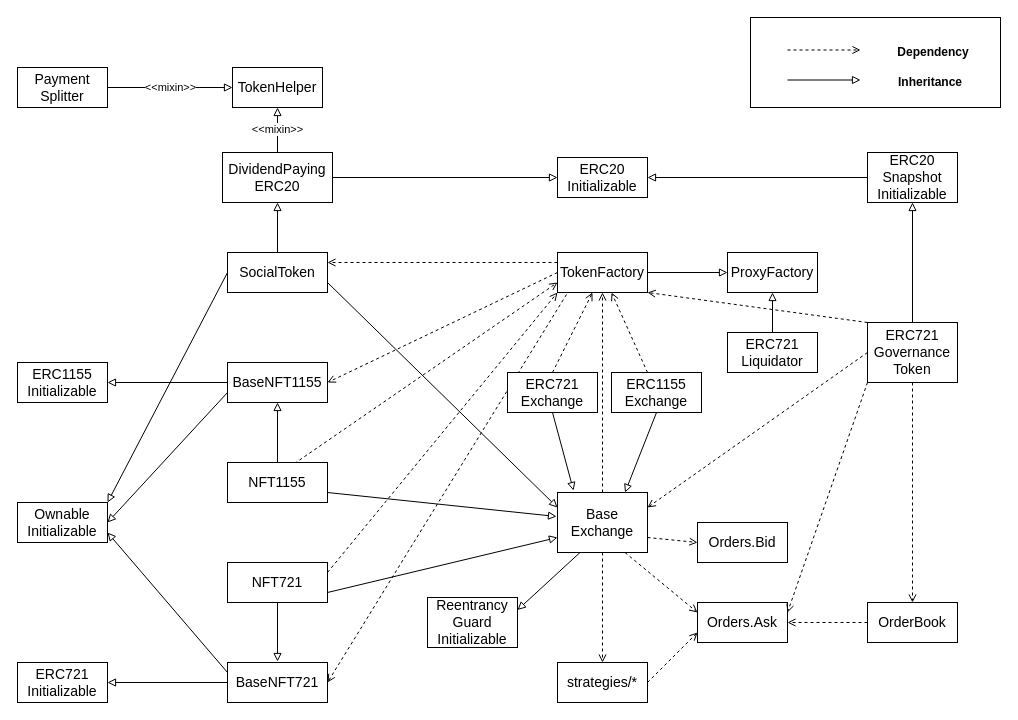
Earlier version of the draw.io diagram docs/ClassDiagram.drawio (sushiswap/shoyu). Source tidied: cells renumbered, new cells numbered last; positions are measured from the earlier drawing's top-left corner, leaving out a move shared by most shapes. Both pictures are drawn from the tidied source at 100%, with x=0, y=0 at pixel (17, 17).
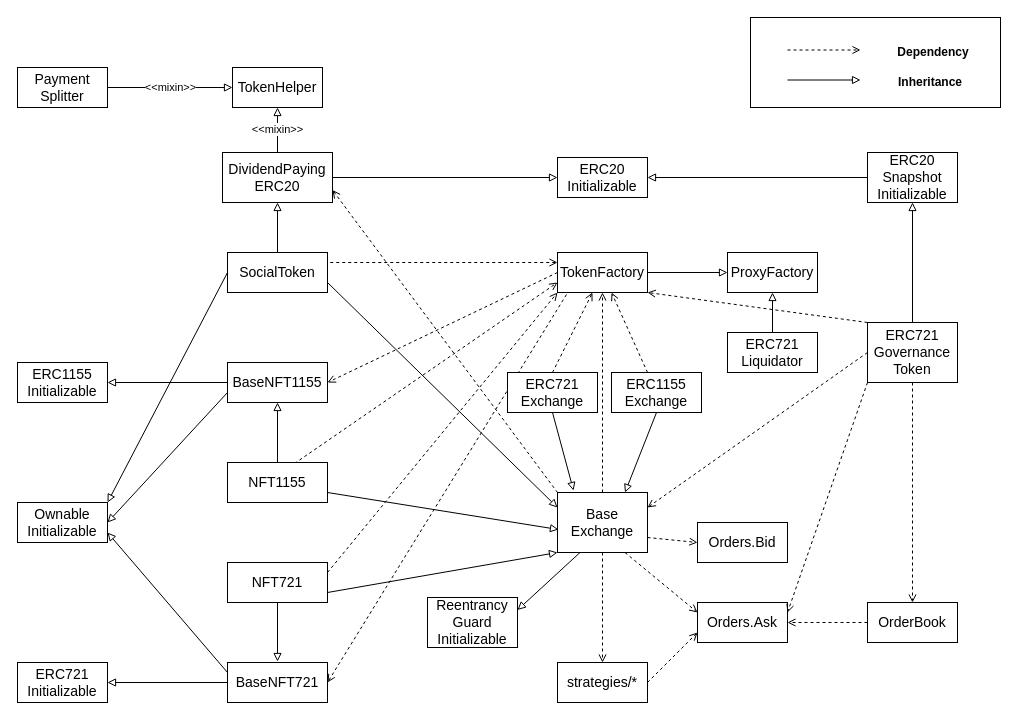
After the change.

The change refers to these unchanged cells:
```xml
<mxCell id="5" value="&lt;font style=&quot;font-size: 14px&quot;&gt;DividendPaying&lt;br&gt;ERC20&lt;/font&gt;" style="rounded=0;whiteSpace=wrap;html=1;" parent="1" vertex="1">
  <mxGeometry x="205" y="135" width="110" height="50" as="geometry" />
</mxCell>
<mxCell id="22" value="&lt;span style=&quot;font-size: 14px&quot;&gt;TokenFactory&lt;/span&gt;" style="rounded=0;whiteSpace=wrap;html=1;" parent="1" vertex="1">
  <mxGeometry x="540" y="235" width="90" height="40" as="geometry" />
</mxCell>
<mxCell id="31" value="&lt;span style=&quot;font-size: 14px&quot;&gt;NFT1155&lt;/span&gt;" style="rounded=0;whiteSpace=wrap;html=1;" parent="1" vertex="1">
  <mxGeometry x="210" y="445" width="100" height="40" as="geometry" />
</mxCell>
<mxCell id="35" value="&lt;span style=&quot;font-size: 14px&quot;&gt;SocialToken&lt;/span&gt;" style="rounded=0;whiteSpace=wrap;html=1;" parent="1" vertex="1">
  <mxGeometry x="210" y="235" width="100" height="40" as="geometry" />
</mxCell>
<mxCell id="44" value="&lt;span style=&quot;font-size: 14px&quot;&gt;NFT721&lt;/span&gt;" style="rounded=0;whiteSpace=wrap;html=1;" parent="1" vertex="1">
  <mxGeometry x="210" y="545" width="100" height="40" as="geometry" />
</mxCell>
<mxCell id="63" value="&lt;span style=&quot;font-size: 14px&quot;&gt;Base&lt;br&gt;Exchange&lt;/span&gt;" style="rounded=0;whiteSpace=wrap;html=1;" parent="1" vertex="1">
  <mxGeometry x="540" y="475" width="90" height="60" as="geometry" />
</mxCell>
```

Change to the diagram source:
```diff
@@
-    <mxCell id="21" style="rounded=0;jettySize=auto;html=1;exitX=0;exitY=0.25;exitDx=0;exitDy=0;entryX=1;entryY=0.25;entryDx=0;entryDy=0;dashed=1;endArrow=open;endFill=0;startArrow=none;startFill=0;" parent="1" edge="1" source="22" target="35">
+    <mxCell id="21" style="rounded=0;jettySize=auto;html=1;exitX=0;exitY=0.25;exitDx=0;exitDy=0;entryX=1;entryY=0.25;entryDx=0;entryDy=0;dashed=1;endArrow=none;endFill=0;startArrow=open;startFill=0;" parent="1" edge="1" source="22" target="35">
       <mxGeometry relative="1" as="geometry" />
     </mxCell>
@@
-    <mxCell id="29" style="edgeStyle=none;rounded=0;jettySize=auto;html=1;exitX=1;exitY=0.75;exitDx=0;exitDy=0;entryX=-0.011;entryY=0.4;entryDx=0;entryDy=0;endArrow=block;endFill=0;entryPerimeter=0;" parent="1" edge="1" source="31" target="63">
+    <mxCell id="29" style="edgeStyle=none;rounded=0;jettySize=auto;html=1;exitX=1;exitY=0.75;exitDx=0;exitDy=0;entryX=0.011;entryY=0.617;entryDx=0;entryDy=0;endArrow=block;endFill=0;entryPerimeter=0;" parent="1" edge="1" source="31" target="63">
       <mxGeometry relative="1" as="geometry" />
     </mxCell>
@@
-    <mxCell id="42" style="edgeStyle=none;rounded=0;jettySize=auto;html=1;exitX=1;exitY=0.75;exitDx=0;exitDy=0;entryX=0;entryY=0.75;entryDx=0;entryDy=0;endArrow=block;endFill=0;" parent="1" edge="1" source="44" target="63">
+    <mxCell id="42" style="edgeStyle=none;rounded=0;jettySize=auto;html=1;exitX=1;exitY=0.75;exitDx=0;exitDy=0;entryX=0;entryY=1;entryDx=0;entryDy=0;endArrow=block;endFill=0;" parent="1" edge="1" source="44" target="63">
       <mxGeometry relative="1" as="geometry" />
     </mxCell>
@@
+    <mxCell id="71" style="edgeStyle=none;rounded=0;jettySize=auto;html=1;exitX=1;exitY=0.75;exitDx=0;exitDy=0;entryX=0;entryY=0;entryDx=0;entryDy=0;startArrow=open;startFill=0;endArrow=none;endFill=0;dashed=1;" parent="1" edge="1" source="5" target="63">
+      <mxGeometry relative="1" as="geometry" />
+    </mxCell>
```
